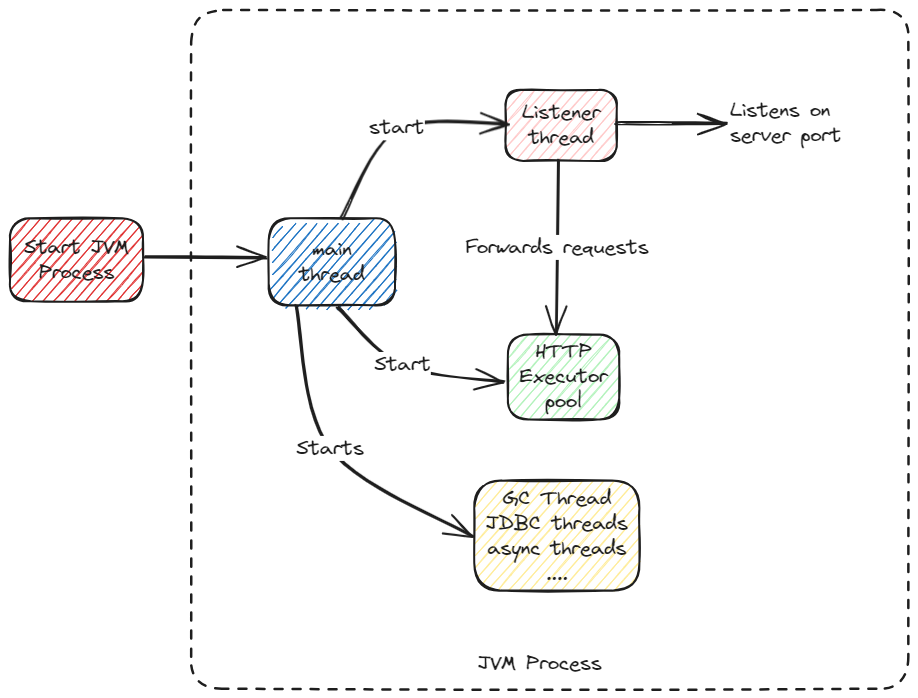
Before: static/img/java-listener-thread.excalidraw.png, a diagram exported from Excalidraw (swaroopar/inprogress-engineer). Source tidied: one line per element, renumbered; positions are measured from the earlier drawing's top-left corner, leaving out a move shared by most shapes.
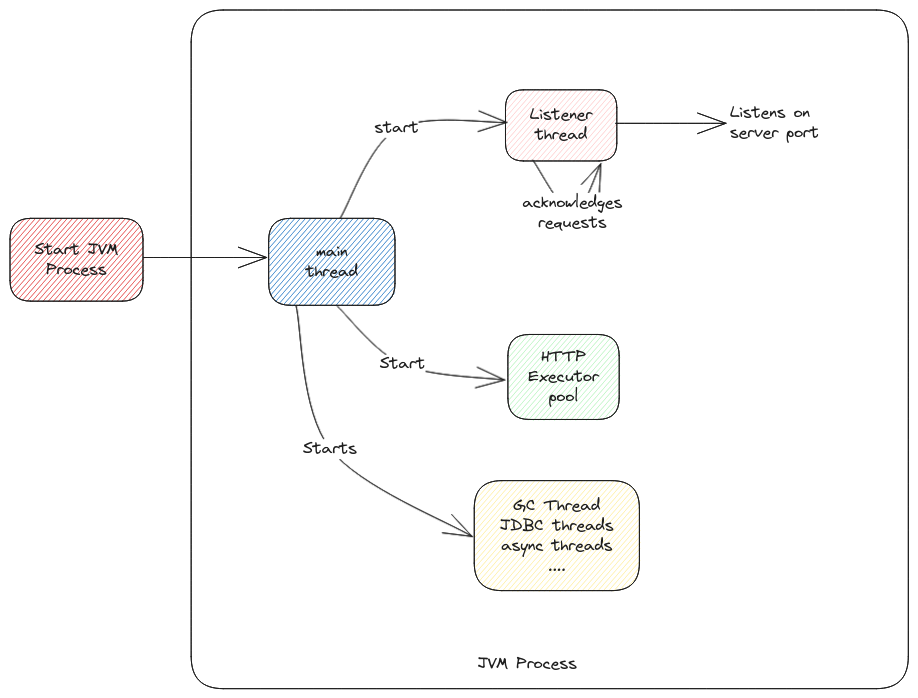
Later version of the same file.

The edit, as a diff of the source:
```diff
@@ -1,23 +1,23 @@
-{"id": 0, "type": "rectangle", "strokeColor": "#1e1e1e", "backgroundColor": "#1971c2", "fillStyle": "hachure", "strokeWidth": 2, "roughness": 1, "round": true, "x": 259, "y": 208, "width": 126, "height": 87}
+{"id": 0, "type": "rectangle", "strokeColor": "#1e1e1e", "backgroundColor": "#1971c2", "fillStyle": "hachure", "strokeWidth": 1, "roughness": 0, "round": true, "x": 259, "y": 208, "width": 126, "height": 87}
-{"id": 1, "type": "text", "text": "main\nthread", "strokeColor": "#1e1e1e", "strokeWidth": 2, "roughness": 1, "fontSize": 20, "fontFamily": 1, "textAlign": "center", "verticalAlign": "middle", "inside": 0, "x": 289, "y": 227, "width": 65, "height": 50}
+{"id": 1, "type": "text", "text": "main\nthread", "strokeColor": "#1e1e1e", "strokeWidth": 2, "roughness": 1, "fontSize": 16, "fontFamily": 1, "textAlign": "center", "verticalAlign": "middle", "inside": 0, "x": 296, "y": 232, "width": 52, "height": 40}
-{"id": 2, "type": "rectangle", "strokeColor": "#1e1e1e", "backgroundColor": "#ffc9c9", "fillStyle": "hachure", "strokeWidth": 2, "roughness": 1, "round": true, "x": 495, "y": 80, "width": 111, "height": 71}
+{"id": 2, "type": "rectangle", "strokeColor": "#1e1e1e", "backgroundColor": "#ffc9c9", "fillStyle": "hachure", "strokeWidth": 1, "roughness": 0, "round": true, "x": 495, "y": 80, "width": 111, "height": 71}
-{"id": 3, "type": "text", "text": "Listener\nthread", "strokeColor": "#1e1e1e", "strokeWidth": 2, "roughness": 1, "fontSize": 20, "fontFamily": 1, "textAlign": "center", "verticalAlign": "middle", "inside": 2, "x": 512, "y": 90, "width": 78, "height": 50}
+{"id": 3, "type": "text", "text": "Listener\nthread", "strokeColor": "#1e1e1e", "strokeWidth": 2, "roughness": 1, "fontSize": 16, "fontFamily": 1, "textAlign": "center", "verticalAlign": "middle", "inside": 2, "x": 520, "y": 95, "width": 63, "height": 40}
-{"id": 4, "type": "rectangle", "strokeColor": "#1e1e1e", "backgroundColor": "#b2f2bb", "fillStyle": "hachure", "strokeWidth": 2, "roughness": 1, "round": true, "x": 498, "y": 324, "width": 111, "height": 85}
+{"id": 4, "type": "rectangle", "strokeColor": "#1e1e1e", "backgroundColor": "#b2f2bb", "fillStyle": "hachure", "strokeWidth": 1, "roughness": 0, "round": true, "x": 498, "y": 324, "width": 111, "height": 85}
-{"id": 5, "type": "text", "text": "HTTP\nExecutor\npool", "strokeColor": "#1e1e1e", "strokeWidth": 2, "roughness": 1, "fontSize": 20, "fontFamily": 1, "textAlign": "center", "verticalAlign": "middle", "inside": 4, "x": 510, "y": 329, "width": 88, "height": 75}
+{"id": 5, "type": "text", "text": "HTTP\nExecutor\npool", "strokeColor": "#1e1e1e", "strokeWidth": 2, "roughness": 1, "fontSize": 16, "fontFamily": 1, "textAlign": "center", "verticalAlign": "middle", "inside": 4, "x": 518, "y": 337, "width": 70, "height": 60}
-{"id": 6, "type": "arrow", "strokeColor": "#1e1e1e", "strokeWidth": 2, "roughness": 1, "endArrowhead": "arrow", "round": true, "from": 0, "x": 330, "y": 207, "width": 166, "height": 96, "points": [[0, 0], [56, -89], [166, -96]]}
+{"id": 6, "type": "arrow", "strokeColor": "#1e1e1e", "strokeWidth": 1, "roughness": 0, "endArrowhead": "arrow", "round": true, "from": 0, "x": 330, "y": 207, "width": 166, "height": 96, "points": [[0, 0], [56, -89], [166, -96]]}
-{"id": 7, "type": "text", "text": "start", "strokeColor": "#1e1e1e", "strokeWidth": 2, "roughness": 1, "fontSize": 20, "fontFamily": 1, "textAlign": "center", "verticalAlign": "middle", "inside": 6, "x": 359, "y": 105, "width": 55, "height": 25}
+{"id": 7, "type": "text", "text": "start", "strokeColor": "#1e1e1e", "strokeWidth": 2, "roughness": 1, "fontSize": 16, "fontFamily": 1, "textAlign": "center", "verticalAlign": "middle", "inside": 6, "x": 365, "y": 108, "width": 44, "height": 20}
-{"id": 8, "type": "arrow", "strokeColor": "#1e1e1e", "strokeWidth": 2, "roughness": 1, "endArrowhead": "arrow", "round": true, "from": 0, "to": 4, "x": 327, "y": 296, "width": 167, "height": 74, "points": [[0, 0], [65, 58], [167, 74]]}
+{"id": 8, "type": "arrow", "strokeColor": "#1e1e1e", "strokeWidth": 1, "roughness": 0, "endArrowhead": "arrow", "round": true, "from": 0, "to": 4, "x": 327, "y": 296, "width": 167, "height": 74, "points": [[0, 0], [65, 58], [167, 74]]}
-{"id": 9, "type": "text", "text": "Start", "strokeColor": "#1e1e1e", "strokeWidth": 2, "roughness": 1, "fontSize": 20, "fontFamily": 1, "textAlign": "center", "verticalAlign": "middle", "inside": 8, "x": 364, "y": 342, "width": 57, "height": 25}
+{"id": 9, "type": "text", "text": "Start", "strokeColor": "#1e1e1e", "strokeWidth": 2, "roughness": 1, "fontSize": 16, "fontFamily": 1, "textAlign": "center", "verticalAlign": "middle", "inside": 8, "x": 370, "y": 344, "width": 45, "height": 20}
-{"id": 10, "type": "arrow", "strokeColor": "#1e1e1e", "strokeWidth": 2, "roughness": 1, "endArrowhead": "arrow", "round": true, "to": 11, "x": 606, "y": 113, "width": 110, "height": 0, "points": [[0, 0], [110, 0]]}
+{"id": 10, "type": "arrow", "strokeColor": "#1e1e1e", "strokeWidth": 1, "roughness": 0, "endArrowhead": "arrow", "round": true, "to": 11, "x": 606, "y": 113, "width": 110, "height": 0, "points": [[0, 0], [110, 0]]}
-{"id": 11, "type": "text", "text": "Listens on \nserver port", "strokeColor": "#1e1e1e", "strokeWidth": 2, "roughness": 1, "fontSize": 20, "fontFamily": 1, "x": 720, "y": 88, "width": 111, "height": 50}
+{"id": 11, "type": "text", "text": "Listens on \nserver port", "strokeColor": "#1e1e1e", "strokeWidth": 1, "roughness": 0, "fontSize": 16, "fontFamily": 1, "x": 720, "y": 93, "width": 89, "height": 40}
-{"id": 12, "type": "arrow", "strokeColor": "#1e1e1e", "strokeWidth": 2, "roughness": 1, "endArrowhead": "arrow", "round": true, "x": 548, "y": 150, "width": 2, "height": 174, "points": [[0, 0], [-2, 174]]}
+{"id": 12, "type": "arrow", "strokeColor": "#1e1e1e", "strokeWidth": 1, "roughness": 0, "endArrowhead": "arrow", "round": true, "to": 2, "x": 523, "y": 150, "width": 68, "height": 53, "points": [[0, 0], [40, 53], [68, 3]]}
-{"id": 13, "type": "text", "text": "Forwards requests", "strokeColor": "#1e1e1e", "strokeWidth": 2, "roughness": 1, "fontSize": 20, "fontFamily": 1, "textAlign": "center", "verticalAlign": "middle", "inside": 12, "x": 455, "y": 225, "width": 183, "height": 25}
+{"id": 13, "type": "text", "text": "acknowledges\nrequests", "strokeColor": "#1e1e1e", "strokeWidth": 2, "roughness": 1, "fontSize": 16, "fontFamily": 1, "textAlign": "center", "verticalAlign": "middle", "inside": 12, "x": 512, "y": 183, "width": 100, "height": 40}
-{"id": 14, "type": "arrow", "strokeColor": "#1e1e1e", "strokeWidth": 2, "roughness": 1, "endArrowhead": "arrow", "round": true, "from": 0, "to": 16, "x": 286, "y": 296, "width": 176, "height": 231, "points": [[0, 0], [34, 143], [176, 231]]}
+{"id": 14, "type": "arrow", "strokeColor": "#1e1e1e", "strokeWidth": 1, "roughness": 0, "endArrowhead": "arrow", "round": true, "from": 0, "to": 16, "x": 286, "y": 296, "width": 176, "height": 231, "points": [[0, 0], [34, 143], [176, 231]]}
-{"id": 15, "type": "text", "text": "Starts", "strokeColor": "#1e1e1e", "strokeWidth": 2, "roughness": 1, "fontSize": 20, "fontFamily": 1, "textAlign": "center", "verticalAlign": "middle", "inside": 14, "x": 286, "y": 426, "width": 68, "height": 25}
+{"id": 15, "type": "text", "text": "Starts", "strokeColor": "#1e1e1e", "strokeWidth": 2, "roughness": 1, "fontSize": 16, "fontFamily": 1, "textAlign": "center", "verticalAlign": "middle", "inside": 14, "x": 293, "y": 429, "width": 54, "height": 20}
-{"id": 16, "type": "rectangle", "strokeColor": "#1e1e1e", "backgroundColor": "#ffec99", "fillStyle": "hachure", "strokeWidth": 2, "roughness": 1, "round": true, "x": 464, "y": 471, "width": 165, "height": 110}
+{"id": 16, "type": "rectangle", "strokeColor": "#1e1e1e", "backgroundColor": "#ffec99", "fillStyle": "hachure", "strokeWidth": 1, "roughness": 0, "round": true, "x": 464, "y": 471, "width": 165, "height": 110}
-{"id": 17, "type": "text", "text": "GC Thread\nJDBC threads\nasync threads\n....", "strokeColor": "#1e1e1e", "strokeWidth": 2, "roughness": 1, "fontSize": 20, "fontFamily": 1, "textAlign": "center", "verticalAlign": "middle", "inside": 16, "x": 476, "y": 476, "width": 142, "height": 100}
+{"id": 17, "type": "text", "text": "GC Thread\nJDBC threads\nasync threads\n....", "strokeColor": "#1e1e1e", "strokeWidth": 2, "roughness": 1, "fontSize": 16, "fontFamily": 1, "textAlign": "center", "verticalAlign": "middle", "inside": 16, "x": 490, "y": 486, "width": 114, "height": 80}
-{"id": 18, "type": "rectangle", "strokeColor": "#1e1e1e", "backgroundColor": "#e03131", "fillStyle": "hachure", "strokeWidth": 2, "roughness": 1, "round": true, "x": 0, "y": 208, "width": 133, "height": 83}
+{"id": 18, "type": "rectangle", "strokeColor": "#1e1e1e", "backgroundColor": "#e03131", "fillStyle": "hachure", "strokeWidth": 1, "roughness": 0, "round": true, "x": 0, "y": 208, "width": 133, "height": 83}
-{"id": 19, "type": "text", "text": "Start JVM\nProcess", "strokeColor": "#1e1e1e", "strokeWidth": 2, "roughness": 1, "fontSize": 20, "fontFamily": 1, "textAlign": "center", "verticalAlign": "middle", "inside": 18, "x": 14, "y": 225, "width": 105, "height": 50}
+{"id": 19, "type": "text", "text": "Start JVM\nProcess", "strokeColor": "#1e1e1e", "strokeWidth": 2, "roughness": 1, "fontSize": 16, "fontFamily": 1, "textAlign": "center", "verticalAlign": "middle", "inside": 18, "x": 24, "y": 230, "width": 84, "height": 40}
-{"id": 20, "type": "arrow", "strokeColor": "#1e1e1e", "strokeWidth": 2, "roughness": 1, "endArrowhead": "arrow", "round": true, "x": 134, "y": 247, "width": 123, "height": 0, "points": [[0, 0], [123, 0]]}
+{"id": 20, "type": "arrow", "strokeColor": "#1e1e1e", "strokeWidth": 1, "roughness": 0, "endArrowhead": "arrow", "round": true, "x": 134, "y": 247, "width": 123, "height": 0, "points": [[0, 0], [123, 0]]}
-{"id": 21, "type": "rectangle", "strokeColor": "#1e1e1e", "strokeWidth": 2, "strokeStyle": "dashed", "roughness": 1, "round": true, "x": 181, "y": 0, "width": 717, "height": 679}
+{"id": 21, "type": "rectangle", "strokeColor": "#1e1e1e", "strokeWidth": 1, "roughness": 0, "round": true, "x": 181, "y": 0, "width": 717, "height": 679}
-{"id": 22, "type": "text", "text": "JVM Process", "strokeColor": "#1e1e1e", "strokeWidth": 2, "strokeStyle": "dashed", "roughness": 1, "fontSize": 20, "fontFamily": 1, "x": 468, "y": 641, "width": 124, "height": 25}
+{"id": 22, "type": "text", "text": "JVM Process", "strokeColor": "#1e1e1e", "strokeWidth": 1, "roughness": 0, "fontSize": 16, "fontFamily": 1, "x": 468, "y": 644, "width": 99, "height": 20}
```
